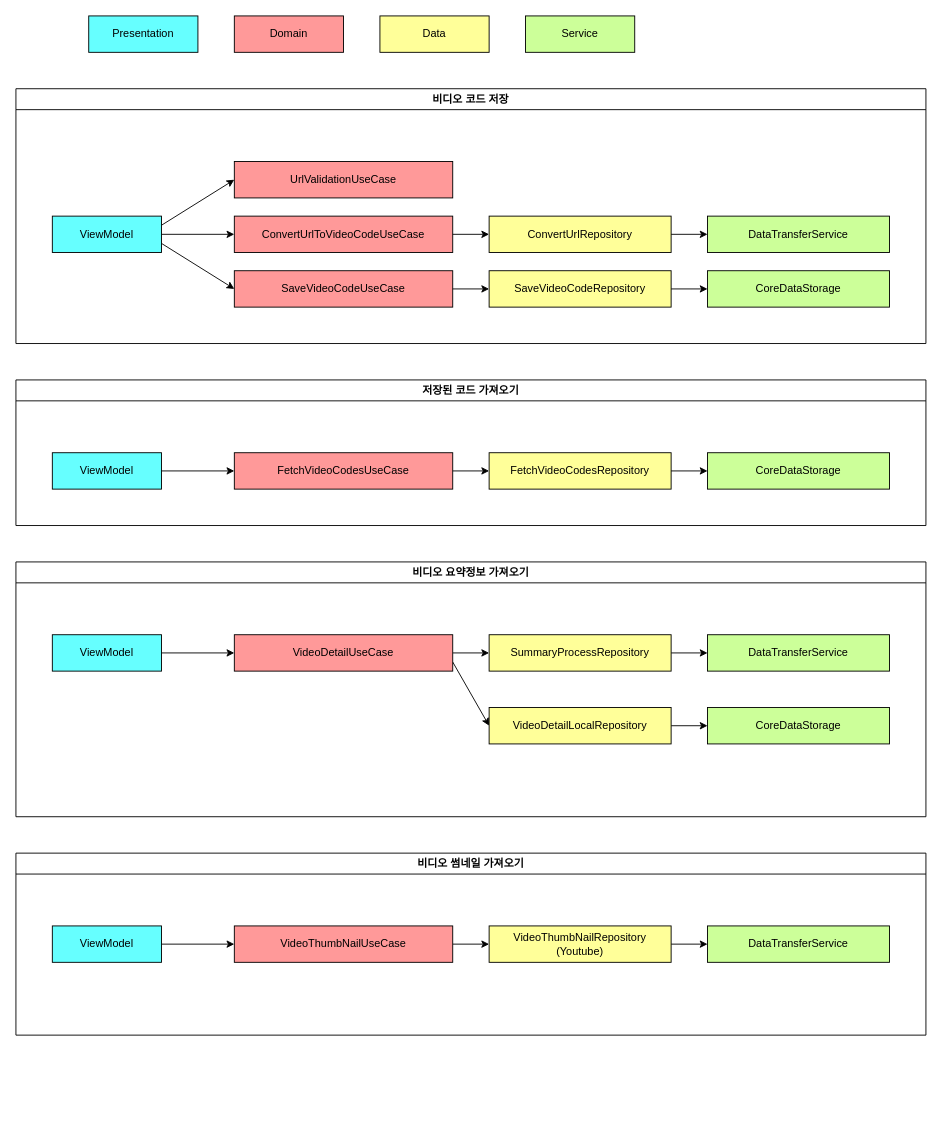
HongikGraduationProject/FrontEnd_Diagram keeps this draw.io diagram as Structure/Class/ShortCapClass.drawio. Above is the earlier version. Source tidied: cells renumbered, new cells numbered last; positions are measured from the earlier drawing's top-left corner, leaving out a move shared by most shapes. Both pictures are drawn from the tidied source at 91%, with x=0, y=0 at pixel (15, 15).
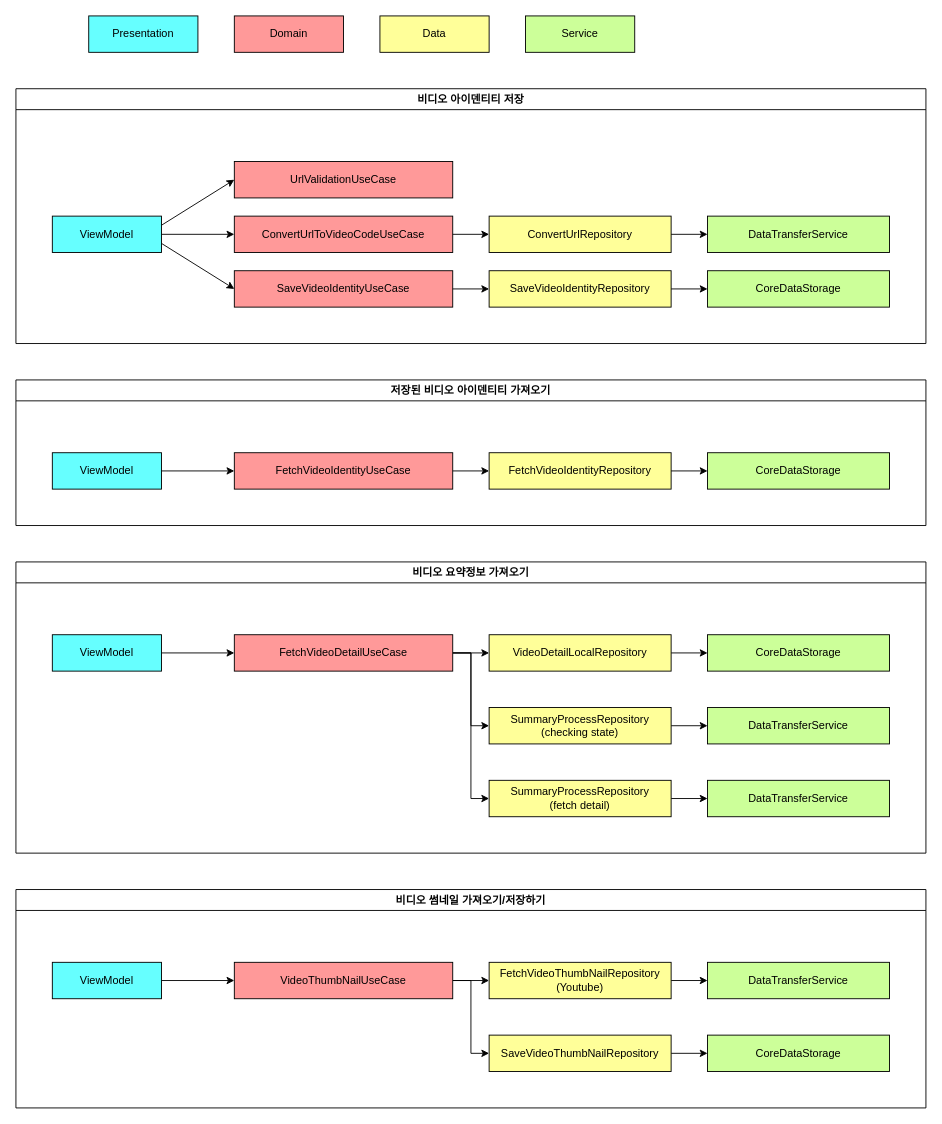
The same page after the edit.

Commit message:
[Feat] ShortCap 3Layer구조 변형

The change refers to these unchanged cells:
```xml
<mxCell id="44" value="VideoThumbNailUseCase" style="rounded=0;whiteSpace=wrap;html=1;fillColor=#FF9999;" parent="42" vertex="1">
  <mxGeometry x="240" y="80" width="240" height="40" as="geometry" />
</mxCell>
```

Diff of the diagram source:
```diff
@@
-    <mxCell id="5" value="비디오 코드 저장" style="swimlane;whiteSpace=wrap;html=1;" parent="1" vertex="1">
+    <mxCell id="5" value="비디오 아이덴티티 저장" style="swimlane;whiteSpace=wrap;html=1;" parent="1" vertex="1">
       <mxGeometry y="80" width="1000" height="280" as="geometry" />
     </mxCell>
@@
-    <mxCell id="7" value="SaveVideoCodeUseCase" style="rounded=0;whiteSpace=wrap;html=1;fillColor=#FF9999;" parent="5" vertex="1">
+    <mxCell id="7" value="SaveVideoIdentityUseCase" style="rounded=0;whiteSpace=wrap;html=1;fillColor=#FF9999;" parent="5" vertex="1">
       <mxGeometry x="240" y="200" width="240" height="40" as="geometry" />
     </mxCell>
@@
-    <mxCell id="9" value="SaveVideoCodeRepository" style="rounded=0;whiteSpace=wrap;html=1;fillColor=#FFFF99;" parent="5" vertex="1">
+    <mxCell id="9" value="SaveVideoIdentityRepository" style="rounded=0;whiteSpace=wrap;html=1;fillColor=#FFFF99;" parent="5" vertex="1">
       <mxGeometry x="520" y="200" width="200" height="40" as="geometry" />
     </mxCell>
@@
-    <mxCell id="22" value="저장된 코드 가져오기" style="swimlane;whiteSpace=wrap;html=1;" parent="1" vertex="1">
+    <mxCell id="22" value="저장된 비디오 아이덴티티 가져오기" style="swimlane;whiteSpace=wrap;html=1;" parent="1" vertex="1">
       <mxGeometry y="400" width="1000" height="160" as="geometry" />
     </mxCell>
@@
-    <mxCell id="24" value="FetchVideoCodesUseCase" style="rounded=0;whiteSpace=wrap;html=1;fillColor=#FF9999;" parent="22" vertex="1">
+    <mxCell id="24" value="FetchVideoIdentityUseCase" style="rounded=0;whiteSpace=wrap;html=1;fillColor=#FF9999;" parent="22" vertex="1">
       <mxGeometry x="240" y="80" width="240" height="40" as="geometry" />
     </mxCell>
@@
-    <mxCell id="26" value="FetchVideoCodesRepository" style="rounded=0;whiteSpace=wrap;html=1;fillColor=#FFFF99;" parent="22" vertex="1">
+    <mxCell id="26" value="FetchVideoIdentityRepository" style="rounded=0;whiteSpace=wrap;html=1;fillColor=#FFFF99;" parent="22" vertex="1">
       <mxGeometry x="520" y="80" width="200" height="40" as="geometry" />
     </mxCell>
@@
     <mxCell id="30" value="비디오 요약정보 가져오기" style="swimlane;whiteSpace=wrap;html=1;" parent="1" vertex="1">
-      <mxGeometry y="600" width="1000" height="280" as="geometry" />
+      <mxGeometry y="600" width="1000" height="320" as="geometry" />
     </mxCell>
@@
+    <mxCell id="34" style="edgeStyle=orthogonalEdgeStyle;rounded=0;jettySize=auto;html=1;entryX=0;entryY=0.5;entryDx=0;entryDy=0;" parent="30" edge="1" source="35" target="39">
+      <mxGeometry relative="1" as="geometry" />
+    </mxCell>
-    <mxCell id="33" style="rounded=0;jettySize=auto;html=1;entryX=0;entryY=0.5;entryDx=0;entryDy=0;" parent="30" edge="1" source="35" target="37">
+    <mxCell id="33" style="edgeStyle=orthogonalEdgeStyle;rounded=0;jettySize=auto;html=1;entryX=0;entryY=0.5;entryDx=0;entryDy=0;" parent="30" edge="1" source="35" target="37">
       <mxGeometry relative="1" as="geometry" />
     </mxCell>
-    <mxCell id="34" style="rounded=0;jettySize=auto;html=1;entryX=0;entryY=0.5;entryDx=0;entryDy=0;exitX=1;exitY=0.75;exitDx=0;exitDy=0;" parent="30" edge="1" source="35" target="39">
-      <mxGeometry relative="1" as="geometry" />
-    </mxCell>
+    <mxCell id="50" style="edgeStyle=orthogonalEdgeStyle;rounded=0;jettySize=auto;html=1;entryX=0;entryY=0.5;entryDx=0;entryDy=0;" parent="30" edge="1" source="35" target="52">
+      <mxGeometry relative="1" as="geometry" />
+    </mxCell>
-    <mxCell id="35" value="VideoDetailUseCase" style="rounded=0;whiteSpace=wrap;html=1;fillColor=#FF9999;" parent="30" vertex="1">
+    <mxCell id="35" value="FetchVideoDetailUseCase" style="rounded=0;whiteSpace=wrap;html=1;fillColor=#FF9999;" parent="30" vertex="1">
       <mxGeometry x="240" y="80" width="240" height="40" as="geometry" />
     </mxCell>
@@
-    <mxCell id="37" value="SummaryProcessRepository" style="rounded=0;whiteSpace=wrap;html=1;fillColor=#FFFF99;" parent="30" vertex="1">
-      <mxGeometry x="520" y="80" width="200" height="40" as="geometry" />
+    <mxCell id="37" value="SummaryProcessRepository&lt;br&gt;(checking state)" style="rounded=0;whiteSpace=wrap;html=1;fillColor=#FFFF99;" parent="30" vertex="1">
+      <mxGeometry x="520" y="160" width="200" height="40" as="geometry" />
     </mxCell>
@@
     <mxCell id="39" value="VideoDetailLocalRepository" style="rounded=0;whiteSpace=wrap;html=1;fillColor=#FFFF99;" parent="30" vertex="1">
-      <mxGeometry x="520" y="160" width="200" height="40" as="geometry" />
+      <mxGeometry x="520" y="80" width="200" height="40" as="geometry" />
     </mxCell>
     <mxCell id="40" value="DataTransferService" style="rounded=0;whiteSpace=wrap;html=1;fillColor=#CCFF99;" parent="30" vertex="1">
-      <mxGeometry x="760" y="80" width="200" height="40" as="geometry" />
+      <mxGeometry x="760" y="160" width="200" height="40" as="geometry" />
     </mxCell>
     <mxCell id="41" value="CoreDataStorage" style="rounded=0;whiteSpace=wrap;html=1;fillColor=#CCFF99;" parent="30" vertex="1">
-      <mxGeometry x="760" y="160" width="200" height="40" as="geometry" />
+      <mxGeometry x="760" y="80" width="200" height="40" as="geometry" />
     </mxCell>
+    <mxCell id="51" style="edgeStyle=orthogonalEdgeStyle;rounded=0;jettySize=auto;html=1;entryX=0;entryY=0.5;entryDx=0;entryDy=0;" parent="30" edge="1" source="52" target="53">
+      <mxGeometry relative="1" as="geometry" />
+    </mxCell>
+    <mxCell id="52" value="SummaryProcessRepository&lt;br&gt;(fetch detail)" style="rounded=0;whiteSpace=wrap;html=1;fillColor=#FFFF99;" parent="30" vertex="1">
+      <mxGeometry x="520" y="240" width="200" height="40" as="geometry" />
+    </mxCell>
+    <mxCell id="53" value="DataTransferService" style="rounded=0;whiteSpace=wrap;html=1;fillColor=#CCFF99;" parent="30" vertex="1">
+      <mxGeometry x="760" y="240" width="200" height="40" as="geometry" />
+    </mxCell>
-    <mxCell id="42" value="비디오 썸네일 가져오기" style="swimlane;whiteSpace=wrap;html=1;" parent="1" vertex="1">
-      <mxGeometry y="920" width="1000" height="200" as="geometry" />
+    <mxCell id="42" value="비디오 썸네일 가져오기/저장하기" style="swimlane;whiteSpace=wrap;html=1;" parent="1" vertex="1">
+      <mxGeometry y="960" width="1000" height="240" as="geometry" />
     </mxCell>
@@
+    <mxCell id="54" style="edgeStyle=orthogonalEdgeStyle;rounded=0;jettySize=auto;html=1;entryX=0;entryY=0.5;entryDx=0;entryDy=0;" parent="42" edge="1" source="44" target="56">
+      <mxGeometry relative="1" as="geometry" />
+    </mxCell>
@@
-    <mxCell id="46" value="VideoThumbNailRepository&lt;br&gt;(Youtube)" style="rounded=0;whiteSpace=wrap;html=1;fillColor=#FFFF99;" parent="42" vertex="1">
+    <mxCell id="46" value="FetchVideoThumbNailRepository&lt;br&gt;(Youtube)" style="rounded=0;whiteSpace=wrap;html=1;fillColor=#FFFF99;" parent="42" vertex="1">
       <mxGeometry x="520" y="80" width="200" height="40" as="geometry" />
     </mxCell>
@@
+    <mxCell id="55" style="edgeStyle=orthogonalEdgeStyle;rounded=0;jettySize=auto;html=1;" parent="42" edge="1" source="56" target="57">
+      <mxGeometry relative="1" as="geometry" />
+    </mxCell>
+    <mxCell id="56" value="SaveVideoThumbNailRepository" style="rounded=0;whiteSpace=wrap;html=1;fillColor=#FFFF99;" parent="42" vertex="1">
+      <mxGeometry x="520" y="160" width="200" height="40" as="geometry" />
+    </mxCell>
+    <mxCell id="57" value="CoreDataStorage" style="rounded=0;whiteSpace=wrap;html=1;fillColor=#CCFF99;" parent="42" vertex="1">
+      <mxGeometry x="760" y="160" width="200" height="40" as="geometry" />
+    </mxCell>
```
